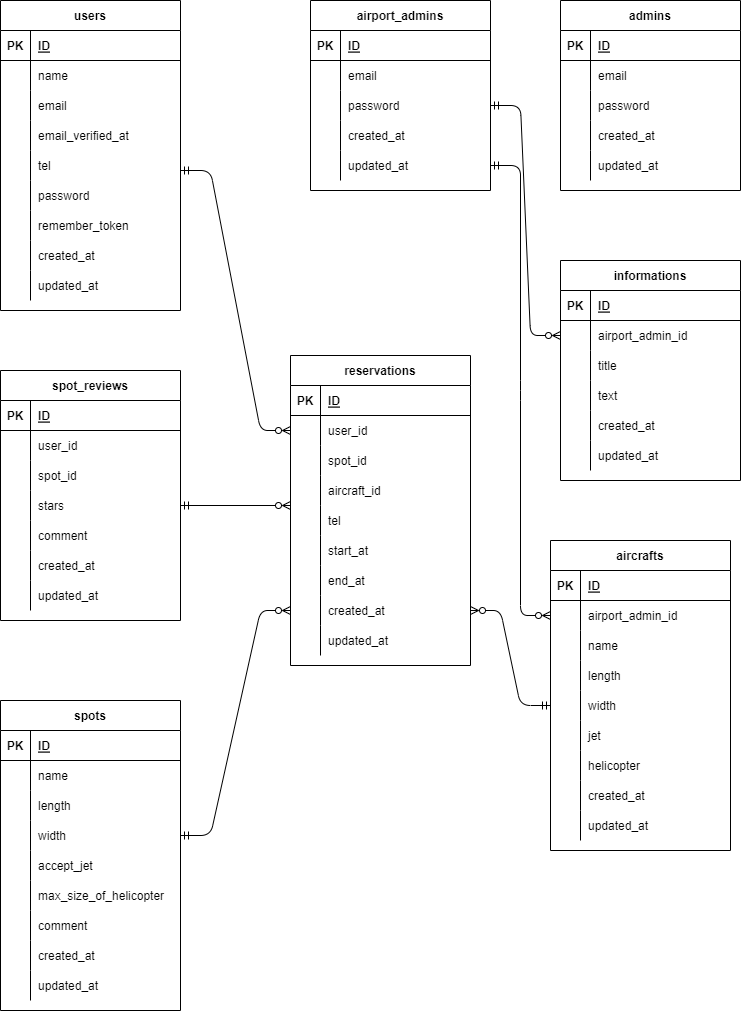
The draw.io diagram ER.drawio.png in doingen/spottle, before a commit. Source tidied: cells renumbered, new cells last; positions are measured from the earlier drawing's top-left corner, leaving out a move shared by most shapes.
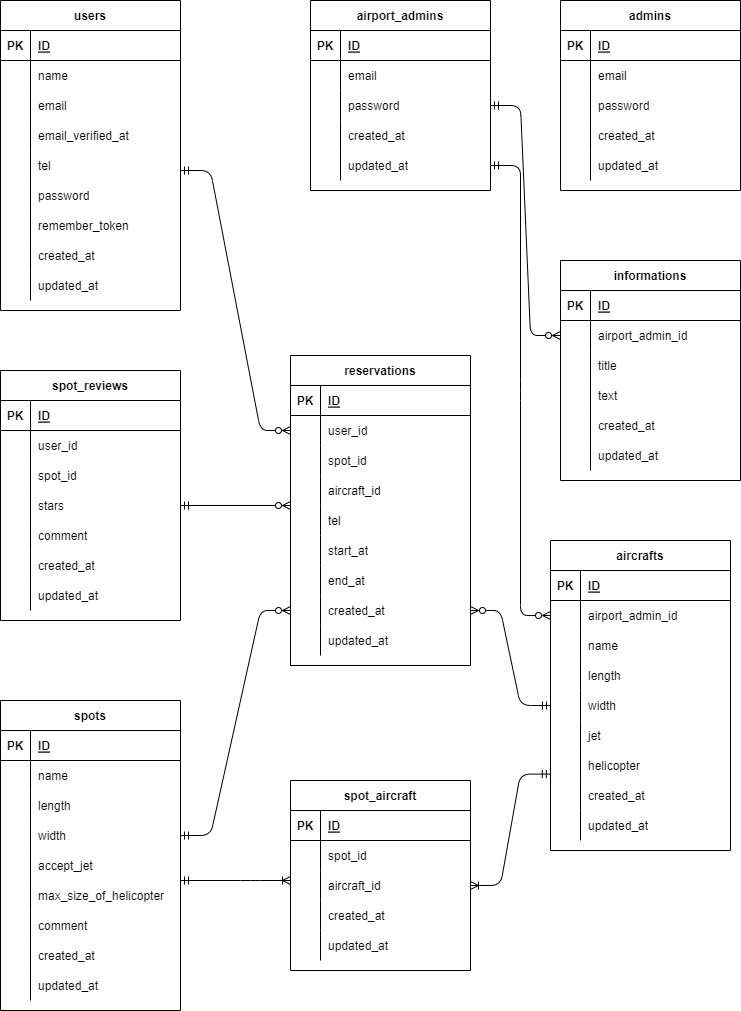
The same diagram one commit later.

Commit message:
spot_aircraft table migration追加

Diff of the diagram source:
```diff
@@ -579,5 +579,65 @@
     <mxCell id="192" style="edgeStyle=entityRelationEdgeStyle;fontSize=12;html=1;endArrow=ERzeroToMany;startArrow=ERmandOne;endFill=0;entryX=0;entryY=0.5;entryDx=0;entryDy=0;" parent="1" edge="1" source="43" target="163">
       <mxGeometry relative="1" as="geometry" />
     </mxCell>
+    <mxCell id="193" value="spot_aircraft" style="shape=table;startSize=30;rowLines=0;fontStyle=1;align=center;" parent="1" vertex="1">
+      <mxGeometry x="290" y="780" width="180" height="190" as="geometry" />
+    </mxCell>
+    <mxCell id="194" style="shape=partialRectangle;fillColor=none;top=0;left=0;bottom=1;right=0;" parent="193" vertex="1">
+      <mxGeometry y="30" width="180" height="30" as="geometry" />
+    </mxCell>
+    <mxCell id="195" value="PK" style="shape=partialRectangle;fillColor=none;top=0;left=0;bottom=0;right=0;fontStyle=1;overflow=hidden;" parent="194" vertex="1">
+      <mxGeometry width="30" height="30" as="geometry" />
+    </mxCell>
+    <mxCell id="196" value="ID" style="shape=partialRectangle;fillColor=none;top=0;left=0;bottom=0;right=0;align=left;spacingLeft=6;fontStyle=5;overflow=hidden;" parent="194" vertex="1">
+      <mxGeometry x="30" width="150" height="30" as="geometry" />
+    </mxCell>
+    <mxCell id="197" style="shape=partialRectangle;fillColor=none;top=0;left=0;bottom=0;right=0;" parent="193" vertex="1">
+      <mxGeometry y="60" width="180" height="30" as="geometry" />
+    </mxCell>
+    <mxCell id="198" style="shape=partialRectangle;fillColor=none;top=0;left=0;bottom=0;right=0;overflow=hidden;" parent="197" vertex="1">
+      <mxGeometry width="30" height="30" as="geometry" />
+    </mxCell>
+    <mxCell id="199" value="spot_id" style="shape=partialRectangle;fillColor=none;top=0;left=0;bottom=0;right=0;align=left;spacingLeft=6;overflow=hidden;" parent="197" vertex="1">
+      <mxGeometry x="30" width="150" height="30" as="geometry" />
+    </mxCell>
+    <mxCell id="200" style="shape=partialRectangle;fillColor=none;top=0;left=0;bottom=0;right=0;points=[[0,0.5],[1,0.5]];portConstraint=eastwest;" parent="193" vertex="1">
+      <mxGeometry y="90" width="180" height="30" as="geometry" />
+    </mxCell>
+    <mxCell id="201" style="shape=partialRectangle;fillColor=none;top=0;left=0;bottom=0;right=0;overflow=hidden;" parent="200" vertex="1">
+      <mxGeometry width="30" height="30" as="geometry" />
+    </mxCell>
+    <mxCell id="202" value="aircraft_id" style="shape=partialRectangle;fillColor=none;top=0;left=0;bottom=0;right=0;align=left;spacingLeft=6;overflow=hidden;" parent="200" vertex="1">
+      <mxGeometry x="30" width="150" height="30" as="geometry" />
+    </mxCell>
+    <mxCell id="203" style="shape=partialRectangle;fillColor=none;top=0;left=0;bottom=0;right=0;" parent="193" vertex="1">
+      <mxGeometry y="120" width="180" height="30" as="geometry" />
+    </mxCell>
+    <mxCell id="204" style="shape=partialRectangle;fillColor=none;top=0;left=0;bottom=0;right=0;overflow=hidden;" parent="203" vertex="1">
+      <mxGeometry width="30" height="30" as="geometry" />
+    </mxCell>
+    <mxCell id="205" value="created_at" style="shape=partialRectangle;fillColor=none;top=0;left=0;bottom=0;right=0;align=left;spacingLeft=6;overflow=hidden;" parent="203" vertex="1">
+      <mxGeometry x="30" width="150" height="30" as="geometry" />
+    </mxCell>
+    <mxCell id="206" style="shape=partialRectangle;fillColor=none;top=0;left=0;bottom=0;right=0;" parent="193" vertex="1">
+      <mxGeometry y="150" width="180" height="30" as="geometry" />
+    </mxCell>
+    <mxCell id="207" style="shape=partialRectangle;fillColor=none;top=0;left=0;bottom=0;right=0;overflow=hidden;" parent="206" vertex="1">
+      <mxGeometry width="30" height="30" as="geometry" />
+    </mxCell>
+    <mxCell id="208" value="updated_at" style="shape=partialRectangle;fillColor=none;top=0;left=0;bottom=0;right=0;align=left;spacingLeft=6;overflow=hidden;" parent="206" vertex="1">
+      <mxGeometry x="30" width="150" height="30" as="geometry" />
+    </mxCell>
+    <mxCell id="209" style="fontSize=12;html=1;endArrow=ERoneToMany;startArrow=ERmandOne;endFill=0;exitX=1;exitY=0.5;exitDx=0;exitDy=0;" parent="1" edge="1">
+      <mxGeometry relative="1" as="geometry">
+        <mxPoint x="180" y="880" as="sourcePoint" />
+        <mxPoint x="290" y="880" as="targetPoint" />
+        <Array as="points">
+          <mxPoint x="250" y="880" />
+        </Array>
+      </mxGeometry>
+    </mxCell>
+    <mxCell id="210" style="edgeStyle=entityRelationEdgeStyle;fontSize=12;html=1;endArrow=ERoneToMany;startArrow=ERmandOne;entryX=1;entryY=0.5;entryDx=0;entryDy=0;endFill=0;exitX=-0.001;exitY=0.787;exitDx=0;exitDy=0;exitPerimeter=0;" parent="1" edge="1" source="178" target="200">
+      <mxGeometry relative="1" as="geometry" />
+    </mxCell>
   </root>
 </mxGraphModel>
```
